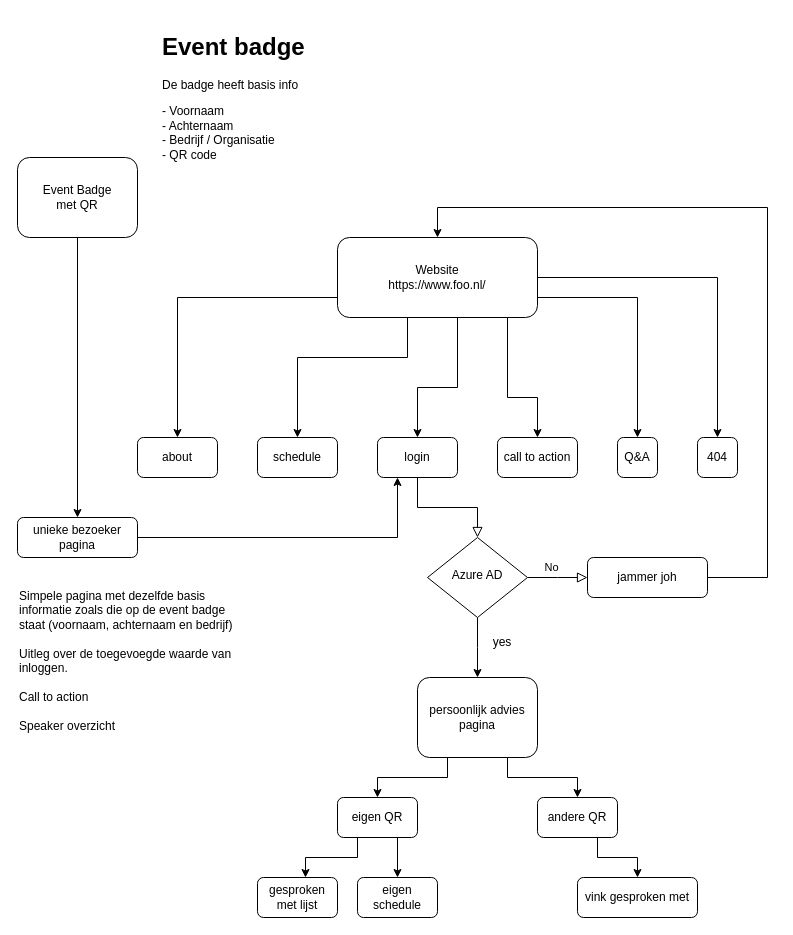
MatthijsKamstra/rawevent keeps this draw.io diagram as _post/09/flow.drawio. Above is the earlier version. Source tidied: cells renumbered, new cells numbered last; positions are measured from the earlier drawing's top-left corner, leaving out a move shared by most shapes. Both pictures are drawn from the tidied source at 100%, with x=0, y=0 at pixel (17, 27).
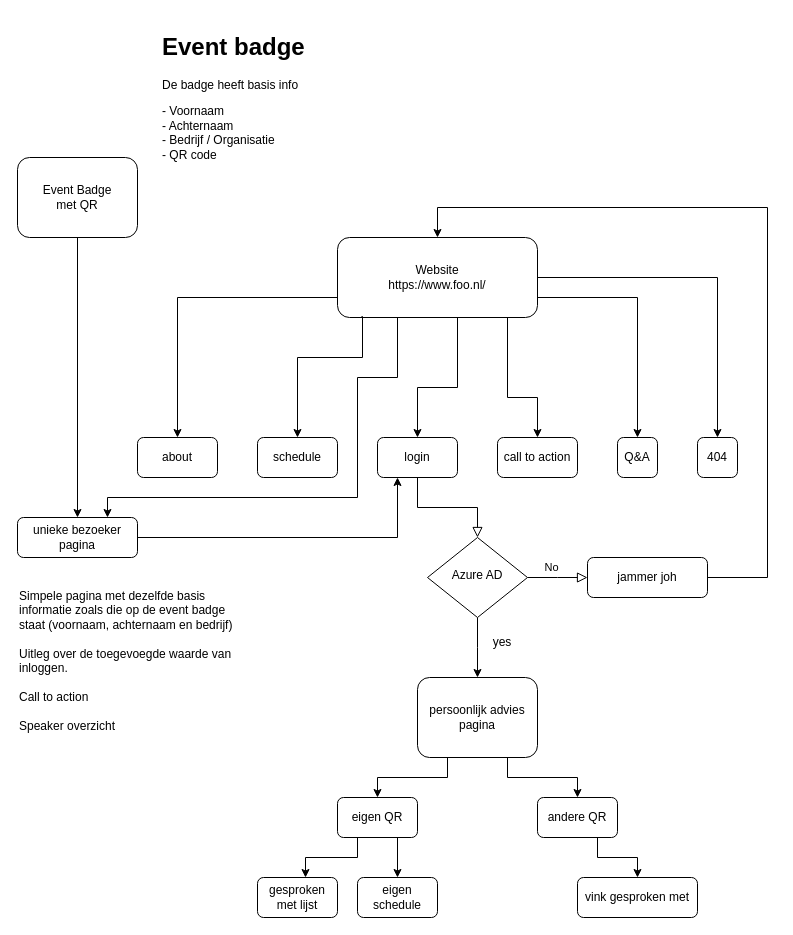
Above is the later version.

The change refers to these unchanged cells:
```xml
<mxCell id="17" value="Website&lt;br&gt;https://www.foo.nl/" style="rounded=1;whiteSpace=wrap;html=1;" parent="1" vertex="1">
  <mxGeometry x="320" y="210" width="200" height="80" as="geometry" />
</mxCell>
<mxCell id="19" value="unieke bezoeker pagina" style="rounded=1;whiteSpace=wrap;html=1;" parent="1" vertex="1">
  <mxGeometry y="490" width="120" height="40" as="geometry" />
</mxCell>
<mxCell id="21" value="schedule" style="rounded=1;whiteSpace=wrap;html=1;" parent="1" vertex="1">
  <mxGeometry x="240" y="410" width="80" height="40" as="geometry" />
</mxCell>
```

Change to the diagram source:
```diff
@@
+    <mxCell id="39" style="edgeStyle=orthogonalEdgeStyle;rounded=0;jettySize=auto;html=1;exitX=0.25;exitY=1;exitDx=0;exitDy=0;entryX=0.75;entryY=0;entryDx=0;entryDy=0;" parent="1" edge="1" source="17" target="19">
+      <mxGeometry relative="1" as="geometry">
+        <Array as="points">
+          <mxPoint x="380" y="290" />
+          <mxPoint x="380" y="350" />
+          <mxPoint x="340" y="350" />
+          <mxPoint x="340" y="470" />
+          <mxPoint x="90" y="470" />
+        </Array>
+      </mxGeometry>
+    </mxCell>
@@
-    <mxCell id="25" style="edgeStyle=orthogonalEdgeStyle;rounded=0;jettySize=auto;html=1;entryX=0.5;entryY=0;entryDx=0;entryDy=0;exitX=0.25;exitY=1;exitDx=0;exitDy=0;" parent="1" edge="1" source="17" target="21">
+    <mxCell id="25" style="edgeStyle=orthogonalEdgeStyle;rounded=0;jettySize=auto;html=1;entryX=0.5;entryY=0;entryDx=0;entryDy=0;exitX=0.12;exitY=0.988;exitDx=0;exitDy=0;exitPerimeter=0;" parent="1" edge="1" source="17" target="21">
       <mxGeometry relative="1" as="geometry">
         <Array as="points">
-          <mxPoint x="390" y="330" />
+          <mxPoint x="345" y="289" />
+          <mxPoint x="345" y="330" />
           <mxPoint x="280" y="330" />
         </Array>
       </mxGeometry>
     </mxCell>
```
